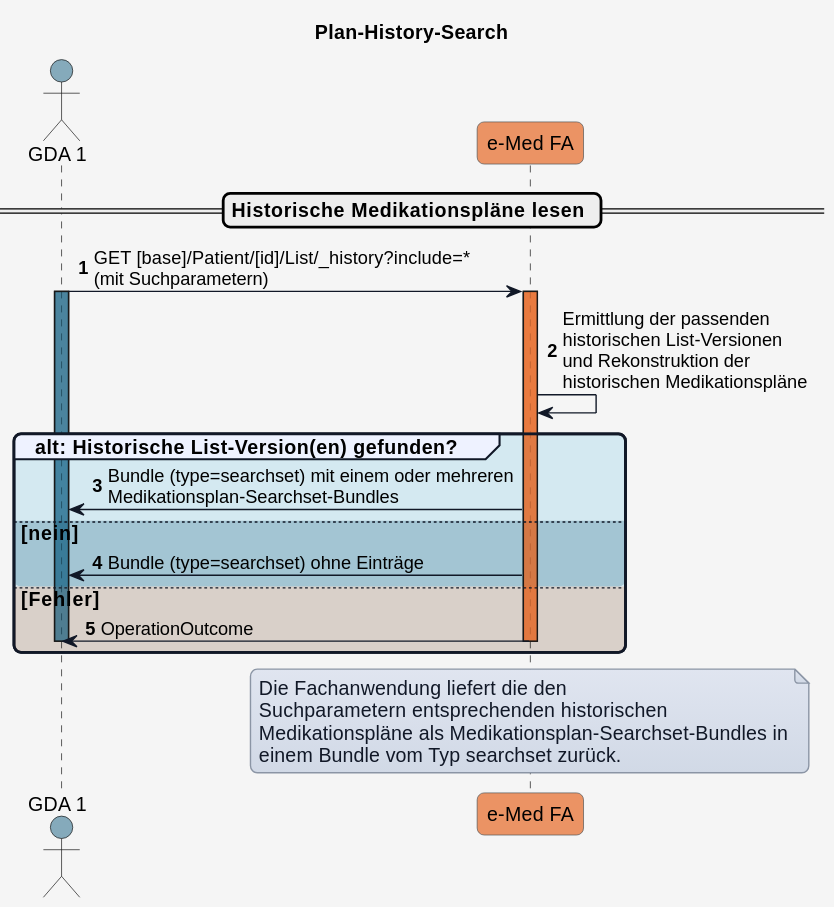
HL7Austria/hl7austria.github.io keeps this PlantUML diagram as r4-ELGA-e-Medikation-main/plantuml/UC_eMed_01_02.svg. Above is the earlier version.
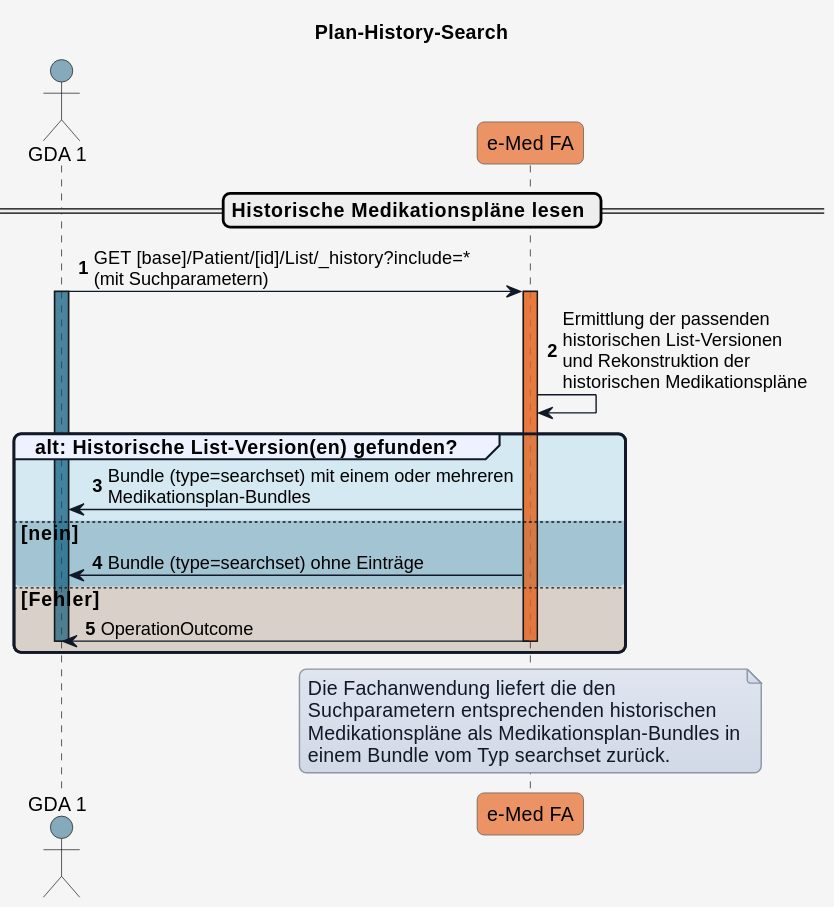
Later version of the same file.

The edit, as a diff of the source:
```diff
@@ -66,7 +66,7 @@
 eMed_FA -> eMed_FA: Ermittlung der passenden\nhistorischen List-Versionen\nund Rekonstruktion der\nhistorischen Medikationspläne
 
 group COLOR_OK alt: Historische List-Version(en) gefunden?
-  eMed_FA -> GDA_1: Bundle (type=searchset) mit einem oder mehreren\nMedikationsplan-Searchset-Bundles
+  eMed_FA -> GDA_1: Bundle (type=searchset) mit einem oder mehreren\nMedikationsplan-Bundles
 else COLOR_OK_2 nein
   eMed_FA -> GDA_1: Bundle (type=searchset) ohne Einträge
 else COLOR_ERROR Fehler
@@ -79,7 +79,7 @@
 note over eMed_FA
 Die Fachanwendung liefert die den
 Suchparametern entsprechenden historischen
-Medikationspläne als Medikationsplan-Searchset-Bundles in
+Medikationspläne als Medikationsplan-Bundles in
 einem Bundle vom Typ searchset zurück.
 end note
 @enduml
```
